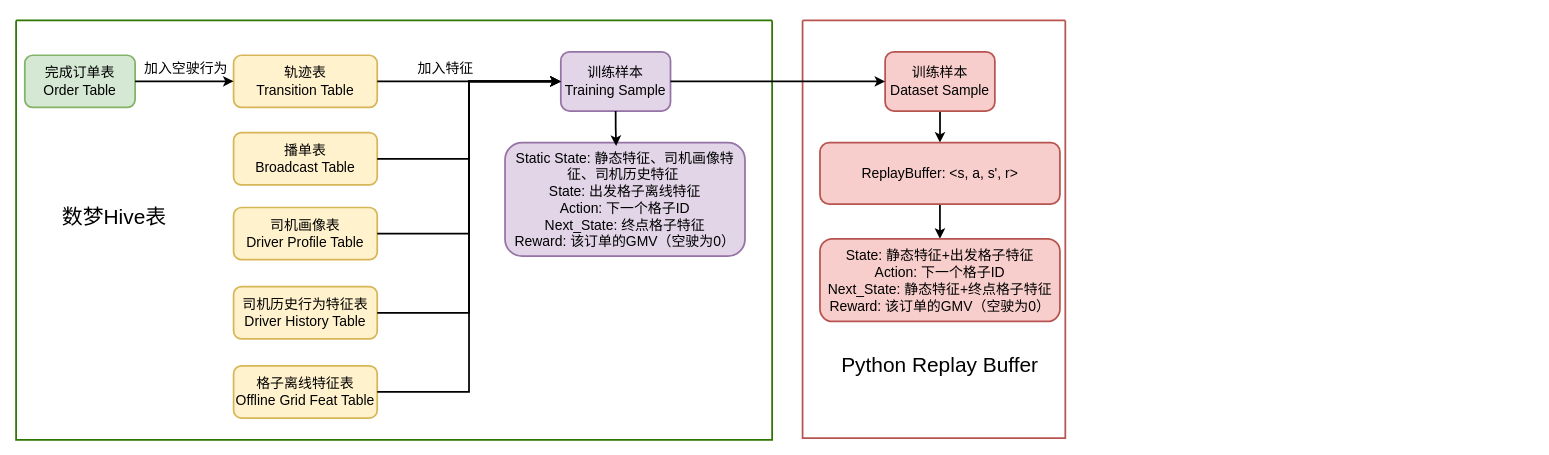
Before: Maps/didi_datasets.drawio in Icathian-Rain/process_maps, a draw.io diagram. Source tidied: cells renumbered, new cells numbered last; positions are measured from the earlier drawing's top-left corner, leaving out a move shared by most shapes. Both pictures are drawn from the tidied source at 87%, with x=0, y=0 at pixel (16, 20).
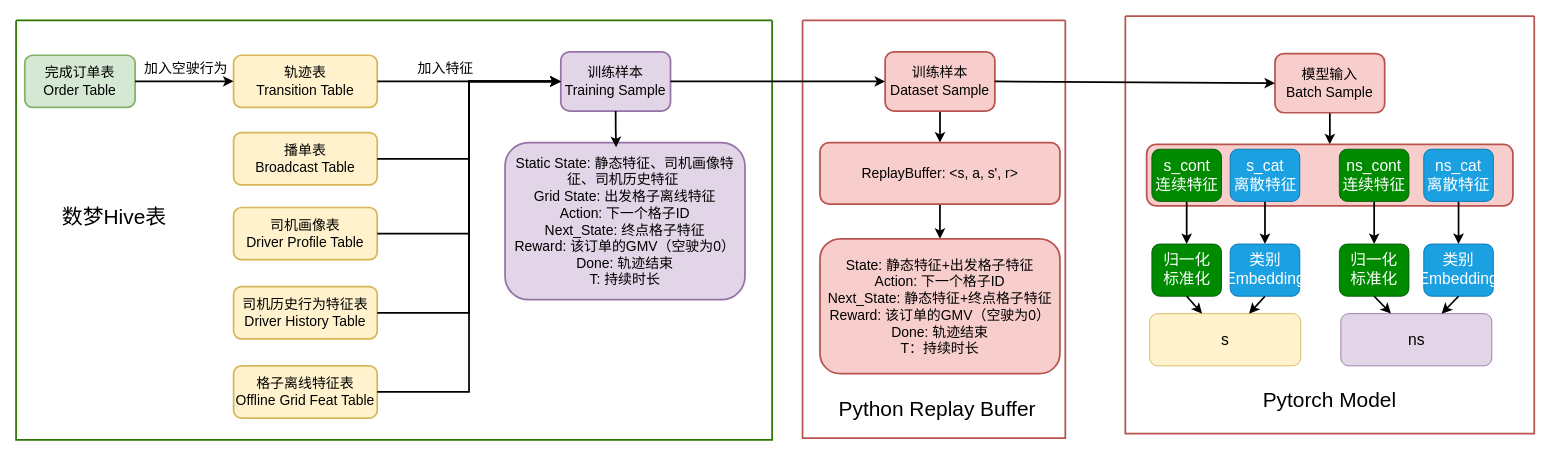
After the change.

The change refers to these unchanged cells:
```xml
<mxCell id="2" style="swimlane;startSize=0;rounded=1;strokeWidth=2;fontSize=16;fillColor=#60a917;strokeColor=#2D7600;fontColor=#ffffff;glass=0;fillStyle=auto;gradientColor=none;swimlaneLine=1;" parent="1" vertex="1">
  <mxGeometry width="869" height="482" as="geometry" />
</mxCell>
<mxCell id="24" style="swimlane;startSize=0;strokeWidth=2;fontSize=16;fillColor=#f8cecc;strokeColor=#b85450;swimlaneFillColor=none;gradientColor=none;swimlaneLine=1;rounded=1;fillStyle=auto;" parent="1" vertex="1">
  <mxGeometry x="904" width="302" height="480" as="geometry" />
</mxCell>
<mxCell id="28" value="训练样本&lt;div&gt;Dataset Sample&lt;/div&gt;" style="rounded=1;whiteSpace=wrap;html=1;fontSize=16;strokeWidth=2;fillColor=#f8cecc;strokeColor=#b85450;" parent="26" vertex="1">
  <mxGeometry x="74.9" width="126.1" height="68.1" as="geometry" />
</mxCell>
```

The edit, as a diff of the source:
```diff
@@
     <mxCell id="3" style="group;strokeWidth=2;strokeColor=none;fontSize=16;" parent="2" vertex="1">
-      <mxGeometry x="59" y="40" width="725.5" height="417" as="geometry" />
+      <mxGeometry x="59" y="40" width="778.8" height="417" as="geometry" />
     </mxCell>
@@
     <mxCell id="11" style="group;fontSize=16;strokeWidth=2;" parent="3" vertex="1">
-      <mxGeometry x="503" y="-4" width="275.8" height="235" as="geometry" />
+      <mxGeometry x="503" y="-4" width="275.8" height="285" as="geometry" />
     </mxCell>
@@
-    <mxCell id="13" value="&lt;div&gt;Static State: 静态特征、司机画像特征、司机历史特征&amp;nbsp;&lt;br&gt;&lt;div&gt;State: 出发格子离线特征&lt;/div&gt;&lt;/div&gt;&lt;div&gt;Action: 下一个格子ID&lt;/div&gt;&lt;div&gt;Next_State: 终点格子特征&lt;/div&gt;&lt;div&gt;Reward: 该订单的GMV（空驶为0）&lt;/div&gt;" style="rounded=1;whiteSpace=wrap;html=1;fontSize=16;strokeWidth=2;fillColor=#e1d5e7;strokeColor=#9673a6;" parent="11" vertex="1">
-      <mxGeometry y="104.4" width="275.8" height="130.6" as="geometry" />
+    <mxCell id="13" value="&lt;div&gt;Static State: 静态特征、司机画像特征、司机历史特征&amp;nbsp;&lt;br&gt;&lt;div&gt;Grid State: 出发格子离线特征&lt;/div&gt;&lt;/div&gt;&lt;div&gt;Action: 下一个格子ID&lt;/div&gt;&lt;div&gt;Next_State: 终点格子特征&lt;/div&gt;&lt;div&gt;Reward: 该订单的GMV（空驶为0）&lt;/div&gt;&lt;div&gt;Done: 轨迹结束&lt;/div&gt;&lt;div&gt;T: 持续时长&lt;/div&gt;" style="rounded=1;whiteSpace=wrap;html=1;fontSize=16;strokeWidth=2;fillColor=#e1d5e7;strokeColor=#9673a6;" parent="11" vertex="1">
+      <mxGeometry y="104.4" width="275.8" height="180.6" as="geometry" />
     </mxCell>
@@
     <mxCell id="25" value="&lt;font style=&quot;font-size: 24px;&quot;&gt;Python Replay Buffer&lt;/font&gt;" style="text;html=1;whiteSpace=wrap;strokeColor=none;fillColor=none;align=center;verticalAlign=middle;rounded=0;fontSize=16;strokeWidth=2;" parent="24" vertex="1">
-      <mxGeometry x="39.2" y="382" width="237.5" height="30" as="geometry" />
+      <mxGeometry x="36" y="432" width="237.5" height="30" as="geometry" />
     </mxCell>
     <mxCell id="26" style="group;fontSize=16;strokeWidth=2;" parent="24" vertex="1">
-      <mxGeometry x="20" y="36" width="275.8" height="310" as="geometry" />
+      <mxGeometry x="20" y="36" width="275.8" height="370" as="geometry" />
     </mxCell>
@@
-    <mxCell id="31" value="&lt;div&gt;State: 静态特征+出发格子特征&lt;/div&gt;&lt;div&gt;Action: 下一个格子ID&lt;/div&gt;&lt;div&gt;Next_State: 静态特征+终点格子特征&lt;/div&gt;&lt;div&gt;Reward: 该订单的GMV（空驶为0）&lt;/div&gt;" style="rounded=1;whiteSpace=wrap;html=1;fontSize=16;strokeWidth=2;fillColor=#f8cecc;strokeColor=#b85450;" parent="26" vertex="1">
-      <mxGeometry y="215" width="275.8" height="95" as="geometry" />
+    <mxCell id="31" value="&lt;div&gt;State: 静态特征+出发格子特征&lt;/div&gt;&lt;div&gt;Action: 下一个格子ID&lt;/div&gt;&lt;div&gt;Next_State: 静态特征+终点格子特征&lt;/div&gt;&lt;div&gt;Reward: 该订单的GMV（空驶为0）&lt;/div&gt;&lt;div&gt;Done: 轨迹结束&lt;/div&gt;&lt;div&gt;T：持续时长&lt;/div&gt;" style="rounded=1;whiteSpace=wrap;html=1;fontSize=16;strokeWidth=2;fillColor=#f8cecc;strokeColor=#b85450;" parent="26" vertex="1">
+      <mxGeometry y="215" width="275.8" height="155" as="geometry" />
     </mxCell>
@@
+    <mxCell id="33" style="swimlane;startSize=0;strokeWidth=2;fontSize=16;fillColor=#f8cecc;strokeColor=#b85450;swimlaneFillColor=none;gradientColor=none;swimlaneLine=1;rounded=1;fillStyle=auto;" parent="1" vertex="1">
+      <mxGeometry x="1275" y="-5" width="470" height="480" as="geometry" />
+    </mxCell>
+    <mxCell id="34" value="&lt;font style=&quot;font-size: 24px;&quot;&gt;Pytorch Model&lt;/font&gt;" style="text;html=1;whiteSpace=wrap;strokeColor=none;fillColor=none;align=center;verticalAlign=middle;rounded=0;fontSize=16;strokeWidth=2;" parent="33" vertex="1">
+      <mxGeometry x="116.2" y="427" width="237.5" height="30" as="geometry" />
+    </mxCell>
+    <mxCell id="35" style="group;fontSize=16;strokeWidth=2;" parent="33" vertex="1">
+      <mxGeometry x="24.5" y="43" width="421" height="370" as="geometry" />
+    </mxCell>
+    <mxCell id="36" style="edgeStyle=orthogonalEdgeStyle;rounded=0;jettySize=auto;html=1;exitX=0.5;exitY=1;exitDx=0;exitDy=0;strokeWidth=2;fontSize=16;" parent="35" edge="1" source="37" target="38">
+      <mxGeometry relative="1" as="geometry" />
+    </mxCell>
+    <mxCell id="37" value="模型输入&lt;div&gt;Batch Sample&lt;/div&gt;" style="rounded=1;whiteSpace=wrap;html=1;fontSize=16;strokeWidth=2;fillColor=#f8cecc;strokeColor=#b85450;" parent="35" vertex="1">
+      <mxGeometry x="147.5" width="126.1" height="68.1" as="geometry" />
+    </mxCell>
+    <mxCell id="38" style="rounded=1;whiteSpace=wrap;html=1;fontSize=16;strokeWidth=2;fillColor=#f8cecc;strokeColor=#b85450;" parent="35" vertex="1">
+      <mxGeometry y="104.4" width="421" height="70.6" as="geometry" />
+    </mxCell>
+    <mxCell id="39" style="group;" parent="35" vertex="1">
+      <mxGeometry x="6" y="110" width="170" height="169" as="geometry" />
+    </mxCell>
+    <mxCell id="40" style="edgeStyle=none;html=1;exitX=0.5;exitY=1;exitDx=0;exitDy=0;entryX=0.5;entryY=0;entryDx=0;entryDy=0;strokeWidth=2;fontFamily=Microsoft YaHei;fontSize=18;" parent="39" edge="1" source="41" target="44">
+      <mxGeometry relative="1" as="geometry" />
+    </mxCell>
+    <mxCell id="41" value="s_cont&lt;div&gt;连续特征&lt;/div&gt;" style="rounded=1;whiteSpace=wrap;html=1;fontFamily=Microsoft YaHei;fontSize=18;fillColor=#008a00;fontColor=#ffffff;strokeColor=#005700;" parent="39" vertex="1">
+      <mxGeometry width="80" height="60" as="geometry" />
+    </mxCell>
+    <mxCell id="42" style="edgeStyle=none;html=1;exitX=0.5;exitY=1;exitDx=0;exitDy=0;entryX=0.5;entryY=0;entryDx=0;entryDy=0;strokeWidth=2;fontFamily=Microsoft YaHei;fontSize=18;" parent="39" edge="1" source="43" target="45">
+      <mxGeometry relative="1" as="geometry" />
+    </mxCell>
+    <mxCell id="43" value="s_cat&lt;div&gt;离散特征&lt;/div&gt;" style="rounded=1;whiteSpace=wrap;html=1;fontFamily=Microsoft YaHei;fontSize=18;fillColor=#1ba1e2;fontColor=#ffffff;strokeColor=#006EAF;" parent="39" vertex="1">
+      <mxGeometry x="90" width="80" height="60" as="geometry" />
+    </mxCell>
+    <mxCell id="44" value="归一化&lt;div&gt;标准化&lt;/div&gt;" style="rounded=1;whiteSpace=wrap;html=1;fontFamily=Microsoft YaHei;fontSize=18;fillColor=#008a00;fontColor=#ffffff;strokeColor=#005700;" parent="39" vertex="1">
+      <mxGeometry y="109" width="80" height="60" as="geometry" />
+    </mxCell>
+    <mxCell id="45" value="类别&lt;div&gt;Embedding&lt;/div&gt;" style="rounded=1;whiteSpace=wrap;html=1;fontFamily=Microsoft YaHei;fontSize=18;fillColor=#1ba1e2;fontColor=#ffffff;strokeColor=#006EAF;" parent="39" vertex="1">
+      <mxGeometry x="90" y="109" width="80" height="60" as="geometry" />
+    </mxCell>
+    <mxCell id="46" style="group;" parent="35" vertex="1">
+      <mxGeometry x="221.5" y="110" width="177" height="169" as="geometry" />
+    </mxCell>
+    <mxCell id="47" style="edgeStyle=none;html=1;exitX=0.5;exitY=1;exitDx=0;exitDy=0;entryX=0.5;entryY=0;entryDx=0;entryDy=0;strokeWidth=2;fontFamily=Microsoft YaHei;fontSize=18;" parent="46" edge="1" source="48" target="51">
+      <mxGeometry relative="1" as="geometry" />
+    </mxCell>
+    <mxCell id="48" value="ns_cat&lt;div&gt;离散特征&lt;/div&gt;" style="rounded=1;whiteSpace=wrap;html=1;fontFamily=Microsoft YaHei;fontSize=18;fillColor=#1ba1e2;fontColor=#ffffff;strokeColor=#006EAF;" parent="46" vertex="1">
+      <mxGeometry x="97" width="80" height="60" as="geometry" />
+    </mxCell>
+    <mxCell id="49" style="edgeStyle=none;html=1;exitX=0.5;exitY=1;exitDx=0;exitDy=0;entryX=0.5;entryY=0;entryDx=0;entryDy=0;strokeWidth=2;fontFamily=Microsoft YaHei;fontSize=18;" parent="46" edge="1" source="50" target="52">
+      <mxGeometry relative="1" as="geometry" />
+    </mxCell>
+    <mxCell id="50" value="ns_cont&lt;div&gt;连续特征&lt;/div&gt;" style="rounded=1;whiteSpace=wrap;html=1;fontFamily=Microsoft YaHei;fontSize=18;fillColor=#008a00;fontColor=#ffffff;strokeColor=#005700;" parent="46" vertex="1">
+      <mxGeometry width="80" height="60" as="geometry" />
+    </mxCell>
+    <mxCell id="51" value="类别&lt;div&gt;Embedding&lt;/div&gt;" style="rounded=1;whiteSpace=wrap;html=1;fontFamily=Microsoft YaHei;fontSize=18;fillColor=#1ba1e2;fontColor=#ffffff;strokeColor=#006EAF;" parent="46" vertex="1">
+      <mxGeometry x="97" y="109" width="80" height="60" as="geometry" />
+    </mxCell>
+    <mxCell id="52" value="归一化&lt;div&gt;标准化&lt;/div&gt;" style="rounded=1;whiteSpace=wrap;html=1;fontFamily=Microsoft YaHei;fontSize=18;fillColor=#008a00;fontColor=#ffffff;strokeColor=#005700;" parent="46" vertex="1">
+      <mxGeometry y="109" width="80" height="60" as="geometry" />
+    </mxCell>
+    <mxCell id="53" value="s" style="rounded=1;whiteSpace=wrap;html=1;fontFamily=Microsoft YaHei;fontSize=18;fillColor=#fff2cc;strokeColor=#d6b656;" parent="35" vertex="1">
+      <mxGeometry x="3.5" y="299" width="173.5" height="60" as="geometry" />
+    </mxCell>
+    <mxCell id="54" value="ns" style="rounded=1;whiteSpace=wrap;html=1;fontFamily=Microsoft YaHei;fontSize=18;fillColor=#e1d5e7;strokeColor=#9673a6;" parent="35" vertex="1">
+      <mxGeometry x="223.2" y="299" width="173.5" height="60" as="geometry" />
+    </mxCell>
+    <mxCell id="55" style="edgeStyle=none;html=1;exitX=0.5;exitY=1;exitDx=0;exitDy=0;strokeWidth=2;fontFamily=Microsoft YaHei;fontSize=18;" parent="35" edge="1" source="52" target="54">
+      <mxGeometry relative="1" as="geometry" />
+    </mxCell>
+    <mxCell id="56" style="edgeStyle=none;html=1;exitX=0.5;exitY=1;exitDx=0;exitDy=0;strokeWidth=2;fontFamily=Microsoft YaHei;fontSize=18;" parent="35" edge="1" source="51" target="54">
+      <mxGeometry relative="1" as="geometry" />
+    </mxCell>
+    <mxCell id="57" style="edgeStyle=none;html=1;exitX=0.5;exitY=1;exitDx=0;exitDy=0;strokeWidth=2;fontFamily=Microsoft YaHei;fontSize=18;" parent="35" edge="1" source="44" target="53">
+      <mxGeometry relative="1" as="geometry" />
+    </mxCell>
+    <mxCell id="58" style="edgeStyle=none;html=1;exitX=0.5;exitY=1;exitDx=0;exitDy=0;strokeWidth=2;fontFamily=Microsoft YaHei;fontSize=18;" parent="35" edge="1" source="45" target="53">
+      <mxGeometry relative="1" as="geometry" />
+    </mxCell>
+    <mxCell id="59" style="edgeStyle=none;html=1;exitX=1;exitY=0.5;exitDx=0;exitDy=0;entryX=0;entryY=0.5;entryDx=0;entryDy=0;strokeWidth=2;fontFamily=Microsoft YaHei;fontSize=18;" parent="1" edge="1" source="28" target="37">
+      <mxGeometry relative="1" as="geometry" />
+    </mxCell>
```
